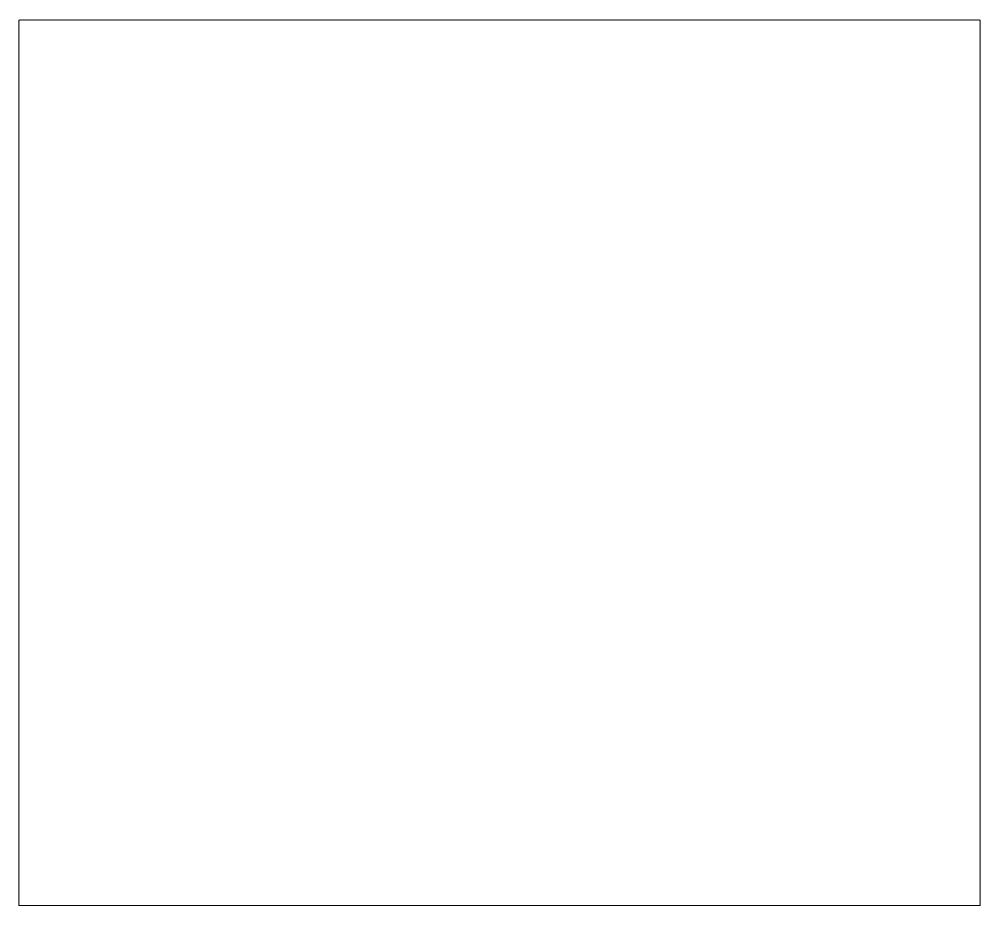
Earlier version of the draw.io diagram ДиаграммаДеятельности.drawio (hard-gainer/UML). Source tidied: cells renumbered, new cells numbered last; positions are measured from the earlier drawing's top-left corner, leaving out a move shared by most shapes. Both pictures are drawn from the tidied source at 108%, with x=0, y=0 at pixel (18, 19).
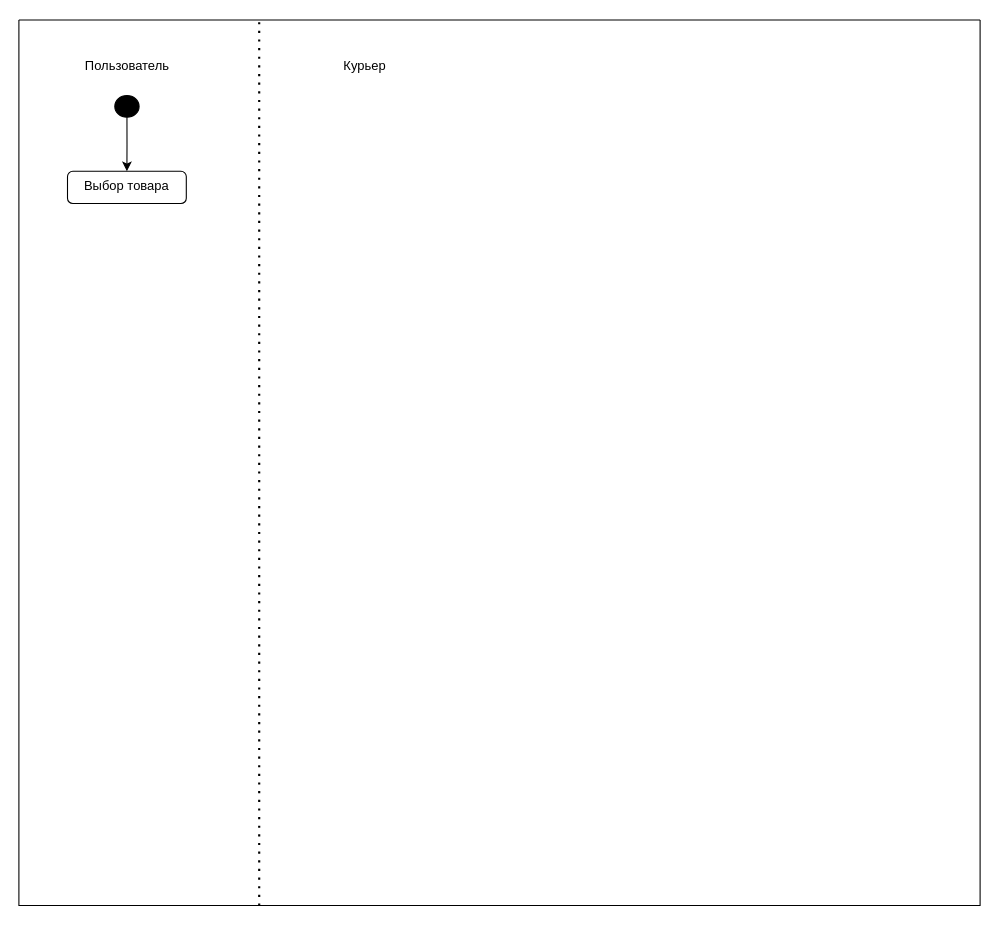
After the change.

What changed in the source:
```diff
@@
 <mxGraphModel>
   <root>
     <mxCell id="0" />
     <mxCell id="1" parent="0" />
     <mxCell id="2" style="swimlane;startSize=0;" parent="1" vertex="1">
       <mxGeometry width="890" height="820" as="geometry" />
     </mxCell>
+    <mxCell id="3" value="Выбор товара" style="html=1;align=center;verticalAlign=top;rounded=1;absoluteArcSize=1;arcSize=10;dashed=0;whiteSpace=wrap;" parent="2" vertex="1">
+      <mxGeometry x="45" y="140" width="110" height="30" as="geometry" />
+    </mxCell>
+    <mxCell id="4" style="edgeStyle=orthogonalEdgeStyle;rounded=0;jettySize=auto;html=1;exitX=0.5;exitY=1;exitDx=0;exitDy=0;entryX=0.5;entryY=0;entryDx=0;entryDy=0;" parent="2" edge="1" source="5" target="3">
+      <mxGeometry relative="1" as="geometry" />
+    </mxCell>
+    <mxCell id="5" style="ellipse;fillColor=strokeColor;html=1;" parent="2" vertex="1">
+      <mxGeometry x="88.8" y="70" width="22.5" height="20" as="geometry" />
+    </mxCell>
+    <mxCell id="6" style="endArrow=none;dashed=1;html=1;dashPattern=1 3;strokeWidth=2;rounded=0;entryX=0.25;entryY=0;entryDx=0;entryDy=0;exitX=0.25;exitY=1;exitDx=0;exitDy=0;" parent="1" edge="1" source="2" target="2">
+      <mxGeometry relative="1" as="geometry" />
+    </mxCell>
+    <mxCell id="7" value="Пользователь" style="text;html=1;align=center;verticalAlign=middle;strokeColor=none;fillColor=none;" parent="1" vertex="1">
+      <mxGeometry x="50" y="28" width="100" height="30" as="geometry" />
+    </mxCell>
+    <mxCell id="8" value="Курьер" style="text;html=1;align=center;verticalAlign=middle;strokeColor=none;fillColor=none;" parent="1" vertex="1">
+      <mxGeometry x="290" y="28" width="60" height="30" as="geometry" />
+    </mxCell>
   </root>
 </mxGraphModel>
```
